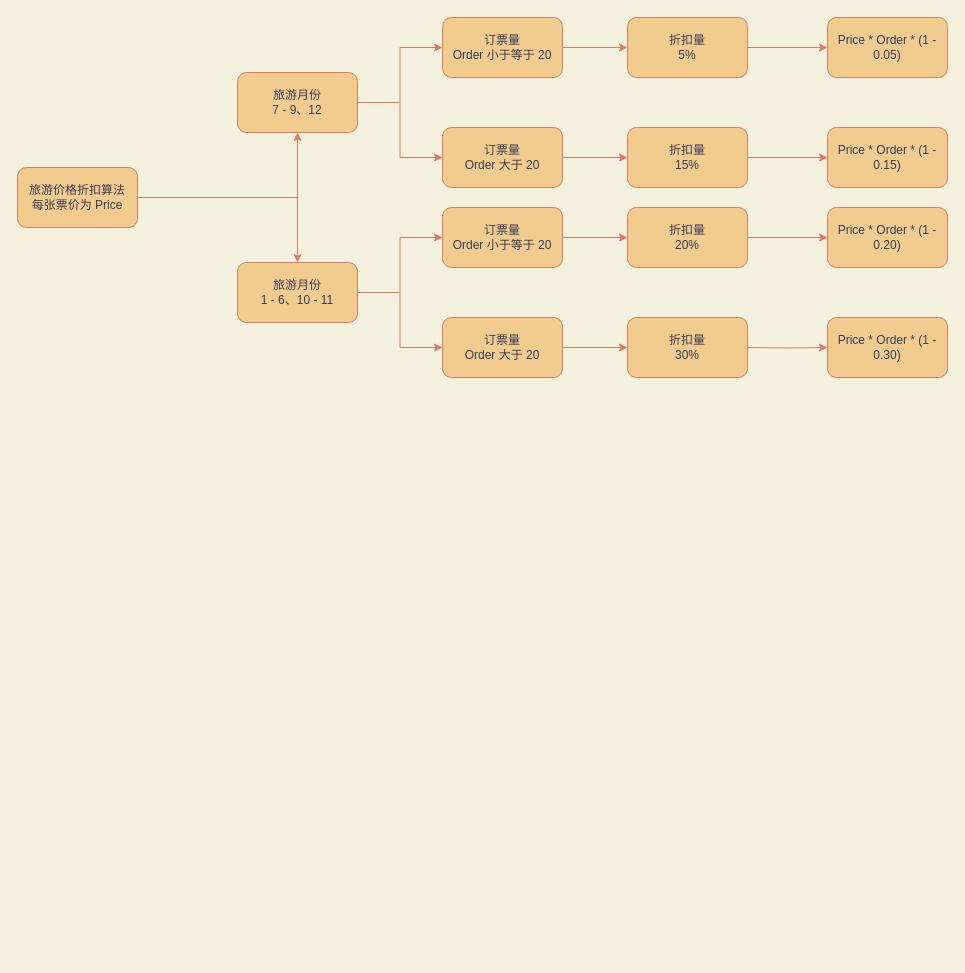
Earlier version of the draw.io diagram page "题目2" (12 of 13) of 结构分析.drawio (uiosun/diagrams). Source tidied: cells renumbered, new cells numbered last; positions are measured from the earlier drawing's top-left corner, leaving out a move shared by most shapes. Both pictures are drawn from the tidied source at 100%, with x=0, y=0 at pixel (17, 17).
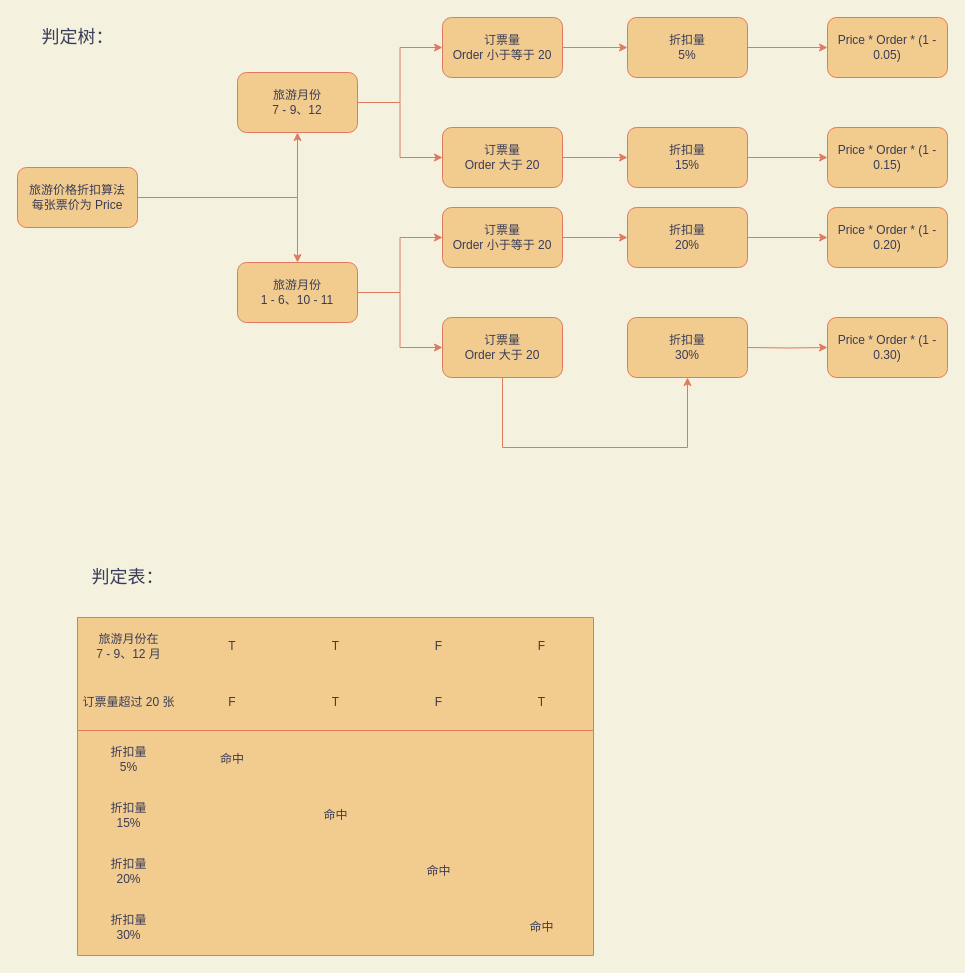
After the change.

Commit message:
更新结构分析.drawio

The change refers to these unchanged cells:
```xml
<mxCell id="4" value="旅游价格折扣算法&lt;br&gt;每张票价为&amp;nbsp;Price" style="rounded=1;whiteSpace=wrap;html=1;fillColor=#F2CC8F;strokeColor=#E07A5F;fontColor=#393C56;" parent="1" vertex="1">
  <mxGeometry y="150" width="120" height="60" as="geometry" />
</mxCell>
<mxCell id="7" value="旅游月份&lt;br&gt;7 - 9、12" style="rounded=1;whiteSpace=wrap;html=1;fillColor=#F2CC8F;strokeColor=#E07A5F;fontColor=#393C56;" parent="1" vertex="1">
  <mxGeometry x="220" y="55" width="120" height="60" as="geometry" />
</mxCell>
<mxCell id="10" value="旅游月份&lt;br&gt;1 - 6、10 - 11" style="rounded=1;whiteSpace=wrap;html=1;fillColor=#F2CC8F;strokeColor=#E07A5F;fontColor=#393C56;" parent="1" vertex="1">
  <mxGeometry x="220" y="245" width="120" height="60" as="geometry" />
</mxCell>
<mxCell id="12" value="订票量&lt;br&gt;Order 小于等于 20" style="rounded=1;whiteSpace=wrap;html=1;fillColor=#F2CC8F;strokeColor=#E07A5F;fontColor=#393C56;" parent="1" vertex="1">
  <mxGeometry x="425" width="120" height="60" as="geometry" />
</mxCell>
<mxCell id="14" value="订票量&lt;br&gt;Order&amp;nbsp;大于 20" style="rounded=1;whiteSpace=wrap;html=1;fillColor=#F2CC8F;strokeColor=#E07A5F;fontColor=#393C56;" parent="1" vertex="1">
  <mxGeometry x="425" y="110" width="120" height="60" as="geometry" />
</mxCell>
<mxCell id="16" value="折扣量&lt;br&gt;5%" style="rounded=1;whiteSpace=wrap;html=1;fillColor=#F2CC8F;strokeColor=#E07A5F;fontColor=#393C56;" parent="1" vertex="1">
  <mxGeometry x="610" width="120" height="60" as="geometry" />
</mxCell>
<mxCell id="17" value="折扣量&lt;br&gt;15%" style="rounded=1;whiteSpace=wrap;html=1;fillColor=#F2CC8F;strokeColor=#E07A5F;fontColor=#393C56;" parent="1" vertex="1">
  <mxGeometry x="610" y="110" width="120" height="60" as="geometry" />
</mxCell>
<mxCell id="19" value="订票量&lt;br&gt;Order&amp;nbsp;小于等于 20" style="rounded=1;whiteSpace=wrap;html=1;fillColor=#F2CC8F;strokeColor=#E07A5F;fontColor=#393C56;" parent="1" vertex="1">
  <mxGeometry x="425" y="190" width="120" height="60" as="geometry" />
</mxCell>
<mxCell id="21" value="订票量&lt;br&gt;Order&amp;nbsp;大于 20" style="rounded=1;whiteSpace=wrap;html=1;fillColor=#F2CC8F;strokeColor=#E07A5F;fontColor=#393C56;" parent="1" vertex="1">
  <mxGeometry x="425" y="300" width="120" height="60" as="geometry" />
</mxCell>
<mxCell id="22" value="折扣量&lt;br&gt;20%" style="rounded=1;whiteSpace=wrap;html=1;fillColor=#F2CC8F;strokeColor=#E07A5F;fontColor=#393C56;" parent="1" vertex="1">
  <mxGeometry x="610" y="190" width="120" height="60" as="geometry" />
</mxCell>
<mxCell id="23" value="折扣量&lt;br&gt;30%" style="rounded=1;whiteSpace=wrap;html=1;fillColor=#F2CC8F;strokeColor=#E07A5F;fontColor=#393C56;" parent="1" vertex="1">
  <mxGeometry x="610" y="300" width="120" height="60" as="geometry" />
</mxCell>
<mxCell id="24" value="Price * Order * (1 - 0.05)" style="rounded=1;whiteSpace=wrap;html=1;fillColor=#F2CC8F;strokeColor=#E07A5F;fontColor=#393C56;" parent="1" vertex="1">
  <mxGeometry x="810" width="120" height="60" as="geometry" />
</mxCell>
<mxCell id="26" value="Price *&amp;nbsp;Order * (1 - 0.15)" style="rounded=1;whiteSpace=wrap;html=1;fillColor=#F2CC8F;strokeColor=#E07A5F;fontColor=#393C56;" parent="1" vertex="1">
  <mxGeometry x="810" y="110" width="120" height="60" as="geometry" />
</mxCell>
<mxCell id="28" value="Price *&amp;nbsp;Order * (1 - 0.20)" style="rounded=1;whiteSpace=wrap;html=1;fillColor=#F2CC8F;strokeColor=#E07A5F;fontColor=#393C56;" parent="1" vertex="1">
  <mxGeometry x="810" y="190" width="120" height="60" as="geometry" />
</mxCell>
<mxCell id="30" value="Price *&amp;nbsp;Order * (1 - 0.30)" style="rounded=1;whiteSpace=wrap;html=1;fillColor=#F2CC8F;strokeColor=#E07A5F;fontColor=#393C56;" parent="1" vertex="1">
  <mxGeometry x="810" y="300" width="120" height="60" as="geometry" />
</mxCell>
```

What changed in the source:
```diff
@@
-    <mxCell id="2" style="edgeStyle=orthogonalEdgeStyle;rounded=0;jettySize=auto;html=1;strokeColor=#E07A5F;fontColor=#393C56;fillColor=#F2CC8F;" parent="1" edge="1" source="4" target="7">
+    <mxCell id="2" style="edgeStyle=orthogonalEdgeStyle;rounded=0;jettySize=auto;html=1;strokeColor=#E07A5F;fontColor=#393C56;fillColor=#F2CC8F;labelBackgroundColor=#F4F1DE;" parent="1" edge="1" source="4" target="7">
       <mxGeometry relative="1" as="geometry" />
     </mxCell>
-    <mxCell id="3" style="edgeStyle=orthogonalEdgeStyle;rounded=0;jettySize=auto;html=1;strokeColor=#E07A5F;fontColor=#393C56;fillColor=#F2CC8F;" parent="1" edge="1" source="4" target="10">
+    <mxCell id="3" style="edgeStyle=orthogonalEdgeStyle;rounded=0;jettySize=auto;html=1;strokeColor=#E07A5F;fontColor=#393C56;fillColor=#F2CC8F;labelBackgroundColor=#F4F1DE;" parent="1" edge="1" source="4" target="10">
       <mxGeometry relative="1" as="geometry" />
     </mxCell>
@@
-    <mxCell id="5" style="edgeStyle=orthogonalEdgeStyle;rounded=0;jettySize=auto;html=1;strokeColor=#E07A5F;fontColor=#393C56;fillColor=#F2CC8F;" parent="1" edge="1" source="7" target="12">
+    <mxCell id="5" style="edgeStyle=orthogonalEdgeStyle;rounded=0;jettySize=auto;html=1;strokeColor=#E07A5F;fontColor=#393C56;fillColor=#F2CC8F;labelBackgroundColor=#F4F1DE;" parent="1" edge="1" source="7" target="12">
       <mxGeometry relative="1" as="geometry" />
     </mxCell>
-    <mxCell id="6" style="edgeStyle=orthogonalEdgeStyle;rounded=0;jettySize=auto;html=1;strokeColor=#E07A5F;fontColor=#393C56;fillColor=#F2CC8F;" parent="1" edge="1" source="7" target="14">
+    <mxCell id="6" style="edgeStyle=orthogonalEdgeStyle;rounded=0;jettySize=auto;html=1;strokeColor=#E07A5F;fontColor=#393C56;fillColor=#F2CC8F;labelBackgroundColor=#F4F1DE;" parent="1" edge="1" source="7" target="14">
       <mxGeometry relative="1" as="geometry" />
     </mxCell>
@@
-    <mxCell id="8" style="edgeStyle=orthogonalEdgeStyle;rounded=0;jettySize=auto;html=1;strokeColor=#E07A5F;fontColor=#393C56;fillColor=#F2CC8F;" parent="1" edge="1" source="10" target="19">
+    <mxCell id="8" style="edgeStyle=orthogonalEdgeStyle;rounded=0;jettySize=auto;html=1;strokeColor=#E07A5F;fontColor=#393C56;fillColor=#F2CC8F;labelBackgroundColor=#F4F1DE;" parent="1" edge="1" source="10" target="19">
       <mxGeometry relative="1" as="geometry" />
     </mxCell>
-    <mxCell id="9" style="edgeStyle=orthogonalEdgeStyle;rounded=0;jettySize=auto;html=1;strokeColor=#E07A5F;fontColor=#393C56;fillColor=#F2CC8F;" parent="1" edge="1" source="10" target="21">
+    <mxCell id="9" style="edgeStyle=orthogonalEdgeStyle;rounded=0;jettySize=auto;html=1;strokeColor=#E07A5F;fontColor=#393C56;fillColor=#F2CC8F;labelBackgroundColor=#F4F1DE;" parent="1" edge="1" source="10" target="21">
       <mxGeometry relative="1" as="geometry" />
     </mxCell>
@@
-    <mxCell id="11" style="edgeStyle=orthogonalEdgeStyle;rounded=0;jettySize=auto;html=1;strokeColor=#E07A5F;fontColor=#393C56;fillColor=#F2CC8F;" parent="1" edge="1" source="12" target="16">
+    <mxCell id="11" style="edgeStyle=orthogonalEdgeStyle;rounded=0;jettySize=auto;html=1;strokeColor=#E07A5F;fontColor=#393C56;fillColor=#F2CC8F;labelBackgroundColor=#F4F1DE;" parent="1" edge="1" source="12" target="16">
       <mxGeometry relative="1" as="geometry" />
     </mxCell>
@@
-    <mxCell id="13" style="edgeStyle=orthogonalEdgeStyle;rounded=0;jettySize=auto;html=1;strokeColor=#E07A5F;fontColor=#393C56;fillColor=#F2CC8F;" parent="1" edge="1" source="14" target="17">
+    <mxCell id="13" style="edgeStyle=orthogonalEdgeStyle;rounded=0;jettySize=auto;html=1;strokeColor=#E07A5F;fontColor=#393C56;fillColor=#F2CC8F;labelBackgroundColor=#F4F1DE;" parent="1" edge="1" source="14" target="17">
       <mxGeometry relative="1" as="geometry" />
     </mxCell>
@@
-    <mxCell id="15" style="edgeStyle=orthogonalEdgeStyle;rounded=0;jettySize=auto;html=1;strokeColor=#E07A5F;fontColor=#393C56;fillColor=#F2CC8F;" parent="1" edge="1" source="16" target="24">
+    <mxCell id="15" style="edgeStyle=orthogonalEdgeStyle;rounded=0;jettySize=auto;html=1;strokeColor=#E07A5F;fontColor=#393C56;fillColor=#F2CC8F;labelBackgroundColor=#F4F1DE;" parent="1" edge="1" source="16" target="24">
       <mxGeometry relative="1" as="geometry" />
     </mxCell>
@@
-    <mxCell id="18" style="edgeStyle=orthogonalEdgeStyle;rounded=0;jettySize=auto;html=1;strokeColor=#E07A5F;fontColor=#393C56;fillColor=#F2CC8F;" parent="1" edge="1" source="19" target="22">
+    <mxCell id="18" style="edgeStyle=orthogonalEdgeStyle;rounded=0;jettySize=auto;html=1;strokeColor=#E07A5F;fontColor=#393C56;fillColor=#F2CC8F;labelBackgroundColor=#F4F1DE;" parent="1" edge="1" source="19" target="22">
       <mxGeometry relative="1" as="geometry" />
     </mxCell>
@@
-    <mxCell id="20" style="edgeStyle=orthogonalEdgeStyle;rounded=0;jettySize=auto;html=1;strokeColor=#E07A5F;fontColor=#393C56;fillColor=#F2CC8F;" parent="1" edge="1" source="21" target="23">
-      <mxGeometry relative="1" as="geometry" />
+    <mxCell id="20" style="edgeStyle=orthogonalEdgeStyle;rounded=0;jettySize=auto;html=1;strokeColor=#E07A5F;fontColor=#393C56;fillColor=#F2CC8F;labelBackgroundColor=#F4F1DE;" parent="1" edge="1" source="21" target="23">
+      <mxGeometry relative="1" as="geometry">
+        <Array as="points">
+          <mxPoint x="485" y="430" />
+          <mxPoint x="670" y="430" />
+        </Array>
+      </mxGeometry>
     </mxCell>
@@
-    <mxCell id="25" style="edgeStyle=orthogonalEdgeStyle;rounded=0;jettySize=auto;html=1;strokeColor=#E07A5F;fontColor=#393C56;fillColor=#F2CC8F;" parent="1" edge="1" source="17" target="26">
+    <mxCell id="25" style="edgeStyle=orthogonalEdgeStyle;rounded=0;jettySize=auto;html=1;strokeColor=#E07A5F;fontColor=#393C56;fillColor=#F2CC8F;labelBackgroundColor=#F4F1DE;" parent="1" edge="1" source="17" target="26">
       <mxGeometry relative="1" as="geometry" />
     </mxCell>
@@
-    <mxCell id="27" style="edgeStyle=orthogonalEdgeStyle;rounded=0;jettySize=auto;html=1;strokeColor=#E07A5F;fontColor=#393C56;fillColor=#F2CC8F;" parent="1" edge="1" source="22" target="28">
+    <mxCell id="27" style="edgeStyle=orthogonalEdgeStyle;rounded=0;jettySize=auto;html=1;strokeColor=#E07A5F;fontColor=#393C56;fillColor=#F2CC8F;labelBackgroundColor=#F4F1DE;" parent="1" edge="1" source="22" target="28">
       <mxGeometry relative="1" as="geometry" />
     </mxCell>
@@
-    <mxCell id="29" style="edgeStyle=orthogonalEdgeStyle;rounded=0;jettySize=auto;html=1;strokeColor=#E07A5F;fontColor=#393C56;fillColor=#F2CC8F;" parent="1" edge="1" target="30">
+    <mxCell id="29" style="edgeStyle=orthogonalEdgeStyle;rounded=0;jettySize=auto;html=1;strokeColor=#E07A5F;fontColor=#393C56;fillColor=#F2CC8F;labelBackgroundColor=#F4F1DE;" parent="1" edge="1" target="30">
       <mxGeometry relative="1" as="geometry">
         <mxPoint x="730" y="330" as="sourcePoint" />
       </mxGeometry>
     </mxCell>
@@
+    <mxCell id="31" value="&lt;font style=&quot;font-size: 18px;&quot;&gt;判定树：&lt;/font&gt;" style="text;html=1;align=center;verticalAlign=middle;strokeColor=none;fillColor=none;fontColor=#393C56;" parent="1" vertex="1">
+      <mxGeometry x="10" width="100" height="40" as="geometry" />
+    </mxCell>
+    <mxCell id="32" style="shape=table;html=1;whiteSpace=wrap;startSize=0;childLayout=tableLayout;columnLines=0;rowLines=0;strokeColor=#E07A5F;fontSize=18;fontColor=#393C56;fillColor=#F2CC8F;" parent="1" vertex="1">
+      <mxGeometry x="60" y="600" width="516" height="113" as="geometry" />
+    </mxCell>
+    <mxCell id="33" style="shape=tableRow;horizontal=0;startSize=0;swimlaneHead=0;swimlaneBody=0;top=0;left=0;bottom=0;right=0;fillColor=none;strokeColor=#E07A5F;fontSize=18;fontColor=#393C56;" parent="32" vertex="1">
+      <mxGeometry width="516" height="57" as="geometry" />
+    </mxCell>
+    <mxCell id="34" value="旅游月份在&lt;br&gt;7 - 9、12 月" style="shape=partialRectangle;html=1;whiteSpace=wrap;fillColor=none;top=0;left=0;bottom=0;right=0;overflow=hidden;fontSize=12;strokeColor=#E07A5F;fontColor=#393C56;" parent="33" vertex="1">
+      <mxGeometry width="103" height="57" as="geometry" />
+    </mxCell>
+    <mxCell id="35" value="T" style="shape=partialRectangle;html=1;whiteSpace=wrap;fillColor=none;top=0;left=0;bottom=0;right=0;overflow=hidden;fontSize=12;strokeColor=#E07A5F;fontColor=#393C56;" parent="33" vertex="1">
+      <mxGeometry x="103" width="104" height="57" as="geometry" />
+    </mxCell>
+    <mxCell id="36" value="T" style="shape=partialRectangle;html=1;whiteSpace=wrap;fillColor=none;top=0;left=0;bottom=0;right=0;overflow=hidden;fontSize=12;strokeColor=#E07A5F;fontColor=#393C56;" parent="33" vertex="1">
+      <mxGeometry x="207" width="103" height="57" as="geometry" />
+    </mxCell>
+    <mxCell id="37" value="F" style="shape=partialRectangle;html=1;whiteSpace=wrap;fillColor=none;top=0;left=0;bottom=0;right=0;overflow=hidden;fontSize=12;strokeColor=#E07A5F;fontColor=#393C56;" parent="33" vertex="1">
+      <mxGeometry x="310" width="103" height="57" as="geometry" />
+    </mxCell>
+    <mxCell id="38" value="F" style="shape=partialRectangle;html=1;whiteSpace=wrap;fillColor=none;top=0;left=0;bottom=0;right=0;overflow=hidden;fontSize=12;strokeColor=#E07A5F;fontColor=#393C56;" parent="33" vertex="1">
+      <mxGeometry x="413" width="103" height="57" as="geometry" />
+    </mxCell>
+    <mxCell id="39" style="shape=tableRow;horizontal=0;startSize=0;swimlaneHead=0;swimlaneBody=0;top=0;left=0;bottom=0;right=0;fillColor=none;strokeColor=#E07A5F;fontSize=18;fontColor=#393C56;" parent="32" vertex="1">
+      <mxGeometry y="57" width="516" height="56" as="geometry" />
+    </mxCell>
+    <mxCell id="40" value="订票量超过 20&amp;nbsp;张" style="shape=partialRectangle;html=1;whiteSpace=wrap;fillColor=none;top=0;left=0;bottom=0;right=0;overflow=hidden;fontSize=12;strokeColor=#E07A5F;fontColor=#393C56;" parent="39" vertex="1">
+      <mxGeometry width="103" height="56" as="geometry" />
+    </mxCell>
+    <mxCell id="41" value="F" style="shape=partialRectangle;html=1;whiteSpace=wrap;fillColor=none;top=0;left=0;bottom=0;right=0;overflow=hidden;fontSize=12;strokeColor=#E07A5F;fontColor=#393C56;" parent="39" vertex="1">
+      <mxGeometry x="103" width="104" height="56" as="geometry" />
+    </mxCell>
+    <mxCell id="42" value="T" style="shape=partialRectangle;html=1;whiteSpace=wrap;fillColor=none;top=0;left=0;bottom=0;right=0;overflow=hidden;fontSize=12;strokeColor=#E07A5F;fontColor=#393C56;" parent="39" vertex="1">
+      <mxGeometry x="207" width="103" height="56" as="geometry" />
+    </mxCell>
+    <mxCell id="43" value="F" style="shape=partialRectangle;html=1;whiteSpace=wrap;fillColor=none;top=0;left=0;bottom=0;right=0;overflow=hidden;fontSize=12;strokeColor=#E07A5F;fontColor=#393C56;" parent="39" vertex="1">
+      <mxGeometry x="310" width="103" height="56" as="geometry" />
+    </mxCell>
+    <mxCell id="44" value="T" style="shape=partialRectangle;html=1;whiteSpace=wrap;fillColor=none;top=0;left=0;bottom=0;right=0;overflow=hidden;fontSize=12;strokeColor=#E07A5F;fontColor=#393C56;" parent="39" vertex="1">
+      <mxGeometry x="413" width="103" height="56" as="geometry" />
+    </mxCell>
+    <mxCell id="45" style="shape=table;html=1;whiteSpace=wrap;startSize=0;childLayout=tableLayout;columnLines=0;rowLines=0;strokeColor=#E07A5F;fontSize=18;fontColor=#393C56;fillColor=#F2CC8F;" parent="1" vertex="1">
+      <mxGeometry x="60" y="713" width="516" height="225" as="geometry" />
+    </mxCell>
+    <mxCell id="46" style="shape=tableRow;horizontal=0;startSize=0;swimlaneHead=0;swimlaneBody=0;top=0;left=0;bottom=0;right=0;fillColor=none;strokeColor=#E07A5F;fontSize=18;fontColor=#393C56;" parent="45" vertex="1">
+      <mxGeometry width="516" height="57" as="geometry" />
+    </mxCell>
+    <mxCell id="47" value="折扣量&lt;br&gt;5%" style="shape=partialRectangle;html=1;whiteSpace=wrap;fillColor=none;top=0;left=0;bottom=0;right=0;overflow=hidden;fontSize=12;strokeColor=#E07A5F;fontColor=#393C56;" parent="46" vertex="1">
+      <mxGeometry width="103" height="57" as="geometry" />
+    </mxCell>
+    <mxCell id="48" value="命中" style="shape=partialRectangle;html=1;whiteSpace=wrap;fillColor=none;top=0;left=0;bottom=0;right=0;overflow=hidden;fontSize=12;strokeColor=#E07A5F;fontColor=#393C56;" parent="46" vertex="1">
+      <mxGeometry x="103" width="104" height="57" as="geometry" />
+    </mxCell>
+    <mxCell id="49" style="shape=partialRectangle;html=1;whiteSpace=wrap;fillColor=none;top=0;left=0;bottom=0;right=0;overflow=hidden;fontSize=12;strokeColor=#E07A5F;fontColor=#393C56;" parent="46" vertex="1">
+      <mxGeometry x="207" width="103" height="57" as="geometry" />
+    </mxCell>
+    <mxCell id="50" style="shape=partialRectangle;html=1;whiteSpace=wrap;fillColor=none;top=0;left=0;bottom=0;right=0;overflow=hidden;fontSize=12;strokeColor=#E07A5F;fontColor=#393C56;" parent="46" vertex="1">
+      <mxGeometry x="310" width="103" height="57" as="geometry" />
+    </mxCell>
+    <mxCell id="51" style="shape=partialRectangle;html=1;whiteSpace=wrap;fillColor=none;top=0;left=0;bottom=0;right=0;overflow=hidden;fontSize=12;strokeColor=#E07A5F;fontColor=#393C56;" parent="46" vertex="1">
+      <mxGeometry x="413" width="103" height="57" as="geometry" />
+    </mxCell>
+    <mxCell id="52" style="shape=tableRow;horizontal=0;startSize=0;swimlaneHead=0;swimlaneBody=0;top=0;left=0;bottom=0;right=0;fillColor=none;strokeColor=#E07A5F;fontSize=18;fontColor=#393C56;" parent="45" vertex="1">
+      <mxGeometry y="57" width="516" height="56" as="geometry" />
+    </mxCell>
+    <mxCell id="53" value="折扣量&lt;br&gt;15%" style="shape=partialRectangle;html=1;whiteSpace=wrap;fillColor=none;top=0;left=0;bottom=0;right=0;overflow=hidden;fontSize=12;strokeColor=#E07A5F;fontColor=#393C56;" parent="52" vertex="1">
+      <mxGeometry width="103" height="56" as="geometry" />
+    </mxCell>
+    <mxCell id="54" style="shape=partialRectangle;html=1;whiteSpace=wrap;fillColor=none;top=0;left=0;bottom=0;right=0;overflow=hidden;fontSize=12;strokeColor=#E07A5F;fontColor=#393C56;" parent="52" vertex="1">
+      <mxGeometry x="103" width="104" height="56" as="geometry" />
+    </mxCell>
+    <mxCell id="55" value="命中" style="shape=partialRectangle;html=1;whiteSpace=wrap;fillColor=none;top=0;left=0;bottom=0;right=0;overflow=hidden;fontSize=12;strokeColor=#E07A5F;fontColor=#393C56;" parent="52" vertex="1">
+      <mxGeometry x="207" width="103" height="56" as="geometry" />
+    </mxCell>
+    <mxCell id="56" style="shape=partialRectangle;html=1;whiteSpace=wrap;fillColor=none;top=0;left=0;bottom=0;right=0;overflow=hidden;fontSize=12;strokeColor=#E07A5F;fontColor=#393C56;" parent="52" vertex="1">
+      <mxGeometry x="310" width="103" height="56" as="geometry" />
+    </mxCell>
+    <mxCell id="57" style="shape=partialRectangle;html=1;whiteSpace=wrap;fillColor=none;top=0;left=0;bottom=0;right=0;overflow=hidden;fontSize=12;strokeColor=#E07A5F;fontColor=#393C56;" parent="52" vertex="1">
+      <mxGeometry x="413" width="103" height="56" as="geometry" />
+    </mxCell>
+    <mxCell id="58" style="shape=tableRow;horizontal=0;startSize=0;swimlaneHead=0;swimlaneBody=0;top=0;left=0;bottom=0;right=0;fillColor=none;strokeColor=#E07A5F;fontSize=18;fontColor=#393C56;" parent="45" vertex="1">
+      <mxGeometry y="113" width="516" height="56" as="geometry" />
+    </mxCell>
+    <mxCell id="59" value="折扣量&lt;br&gt;20%" style="shape=partialRectangle;html=1;whiteSpace=wrap;fillColor=none;top=0;left=0;bottom=0;right=0;overflow=hidden;fontSize=12;strokeColor=#E07A5F;fontColor=#393C56;" parent="58" vertex="1">
+      <mxGeometry width="103" height="56" as="geometry" />
+    </mxCell>
+    <mxCell id="60" style="shape=partialRectangle;html=1;whiteSpace=wrap;fillColor=none;top=0;left=0;bottom=0;right=0;overflow=hidden;fontSize=12;strokeColor=#E07A5F;fontColor=#393C56;" parent="58" vertex="1">
+      <mxGeometry x="103" width="104" height="56" as="geometry" />
+    </mxCell>
+    <mxCell id="61" style="shape=partialRectangle;html=1;whiteSpace=wrap;fillColor=none;top=0;left=0;bottom=0;right=0;overflow=hidden;fontSize=12;strokeColor=#E07A5F;fontColor=#393C56;" parent="58" vertex="1">
+      <mxGeometry x="207" width="103" height="56" as="geometry" />
+    </mxCell>
+    <mxCell id="62" value="命中" style="shape=partialRectangle;html=1;whiteSpace=wrap;fillColor=none;top=0;left=0;bottom=0;right=0;overflow=hidden;fontSize=12;strokeColor=#E07A5F;fontColor=#393C56;" parent="58" vertex="1">
+      <mxGeometry x="310" width="103" height="56" as="geometry" />
+    </mxCell>
+    <mxCell id="63" style="shape=partialRectangle;html=1;whiteSpace=wrap;fillColor=none;top=0;left=0;bottom=0;right=0;overflow=hidden;fontSize=12;strokeColor=#E07A5F;fontColor=#393C56;" parent="58" vertex="1">
+      <mxGeometry x="413" width="103" height="56" as="geometry" />
+    </mxCell>
+    <mxCell id="64" style="shape=tableRow;horizontal=0;startSize=0;swimlaneHead=0;swimlaneBody=0;top=0;left=0;bottom=0;right=0;fillColor=none;strokeColor=#E07A5F;fontSize=18;fontColor=#393C56;" parent="45" vertex="1">
+      <mxGeometry y="169" width="516" height="56" as="geometry" />
+    </mxCell>
+    <mxCell id="65" value="折扣量&lt;br&gt;30%" style="shape=partialRectangle;html=1;whiteSpace=wrap;fillColor=none;top=0;left=0;bottom=0;right=0;overflow=hidden;fontSize=12;strokeColor=#E07A5F;fontColor=#393C56;" parent="64" vertex="1">
+      <mxGeometry width="103" height="56" as="geometry" />
+    </mxCell>
+    <mxCell id="66" style="shape=partialRectangle;html=1;whiteSpace=wrap;fillColor=none;top=0;left=0;bottom=0;right=0;overflow=hidden;fontSize=12;strokeColor=#E07A5F;fontColor=#393C56;" parent="64" vertex="1">
+      <mxGeometry x="103" width="104" height="56" as="geometry" />
+    </mxCell>
+    <mxCell id="67" style="shape=partialRectangle;html=1;whiteSpace=wrap;fillColor=none;top=0;left=0;bottom=0;right=0;overflow=hidden;fontSize=12;strokeColor=#E07A5F;fontColor=#393C56;" parent="64" vertex="1">
+      <mxGeometry x="207" width="103" height="56" as="geometry" />
+    </mxCell>
+    <mxCell id="68" style="shape=partialRectangle;html=1;whiteSpace=wrap;fillColor=none;top=0;left=0;bottom=0;right=0;overflow=hidden;fontSize=12;strokeColor=#E07A5F;fontColor=#393C56;" parent="64" vertex="1">
+      <mxGeometry x="310" width="103" height="56" as="geometry" />
+    </mxCell>
+    <mxCell id="69" value="命中" style="shape=partialRectangle;html=1;whiteSpace=wrap;fillColor=none;top=0;left=0;bottom=0;right=0;overflow=hidden;fontSize=12;strokeColor=#E07A5F;fontColor=#393C56;" parent="64" vertex="1">
+      <mxGeometry x="413" width="103" height="56" as="geometry" />
+    </mxCell>
+    <mxCell id="70" value="&lt;font style=&quot;font-size: 18px;&quot;&gt;判定表：&lt;/font&gt;" style="text;html=1;align=center;verticalAlign=middle;strokeColor=none;fillColor=none;fontColor=#393C56;" parent="1" vertex="1">
+      <mxGeometry x="60" y="540" width="100" height="40" as="geometry" />
+    </mxCell>
```
